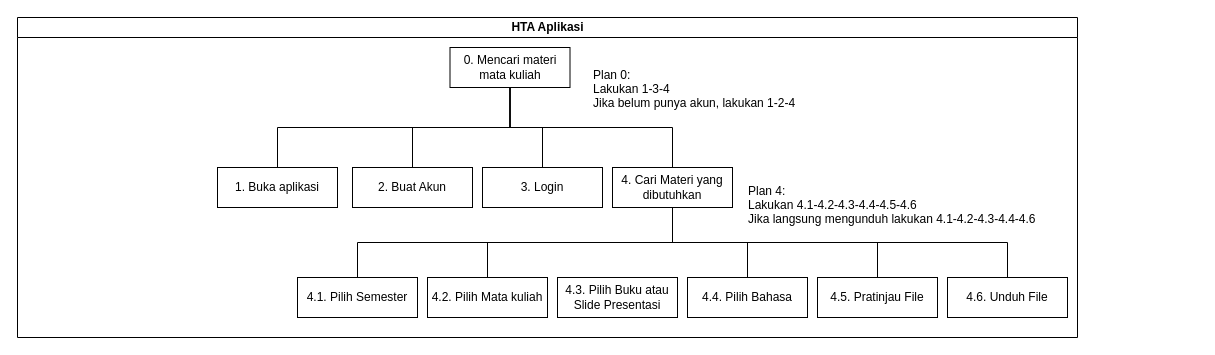
Earlier version of the draw.io diagram HCI_HTA.drawio (freyaldi/unsri-4-HCI). Source tidied: cells renumbered, new cells numbered last; positions are measured from the earlier drawing's top-left corner, leaving out a move shared by most shapes. Both pictures are drawn from the tidied source at 100%, with x=0, y=0 at pixel (17, 17).
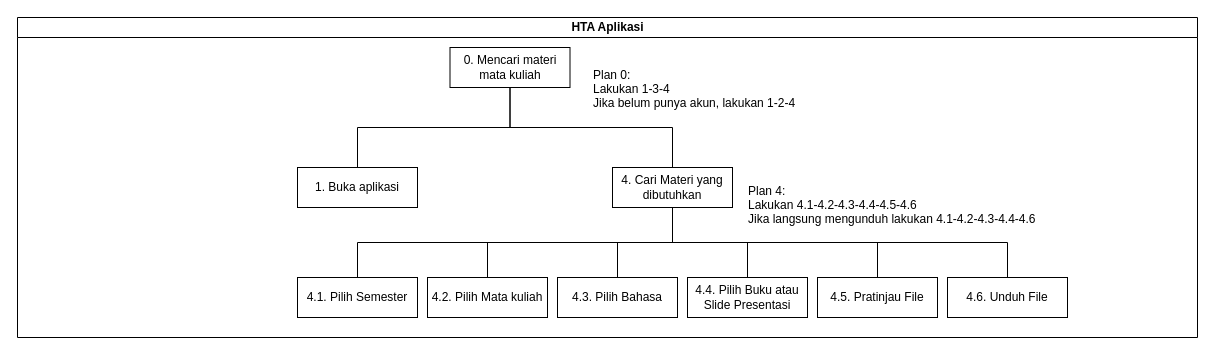
The same page after the edit.

Unchanged cells that the change refers to:
```xml
<mxCell id="4" value="0. Mencari materi mata kuliah" style="whiteSpace=wrap;html=1;newEdgeStyle={&quot;edgeStyle&quot;:&quot;elbowEdgeStyle&quot;,&quot;startArrow&quot;:&quot;none&quot;,&quot;endArrow&quot;:&quot;none&quot;};" parent="2" vertex="1">
  <mxGeometry x="432.5" y="30" width="120" height="40" as="geometry" />
</mxCell>
<mxCell id="11" value="4. Cari Materi yang dibutuhkan" style="whiteSpace=wrap;html=1;newEdgeStyle={&quot;edgeStyle&quot;:&quot;elbowEdgeStyle&quot;,&quot;startArrow&quot;:&quot;none&quot;,&quot;endArrow&quot;:&quot;none&quot;};" parent="2" vertex="1">
  <mxGeometry x="595" y="150" width="120" height="40" as="geometry" />
</mxCell>
```

The edit, as a diff of the source:
```diff
@@
     <mxCell id="2" value="HTA Aplikasi" style="swimlane;html=1;startSize=20;horizontal=1;containerType=tree;" parent="1" vertex="1">
-      <mxGeometry width="1060" height="320" as="geometry" />
+      <mxGeometry width="1180" height="320" as="geometry" />
     </mxCell>
@@
     <mxCell id="5" value="1. Buka aplikasi" style="whiteSpace=wrap;html=1;newEdgeStyle={&quot;edgeStyle&quot;:&quot;elbowEdgeStyle&quot;,&quot;startArrow&quot;:&quot;none&quot;,&quot;endArrow&quot;:&quot;none&quot;};" parent="2" vertex="1">
-      <mxGeometry x="200" y="150" width="120" height="40" as="geometry" />
+      <mxGeometry x="280" y="150" width="120" height="40" as="geometry" />
     </mxCell>
-    <mxCell id="6" style="edgeStyle=elbowEdgeStyle;elbow=vertical;startArrow=none;endArrow=none;rounded=0;" parent="2" edge="1" source="4" target="7">
-      <mxGeometry relative="1" as="geometry" />
-    </mxCell>
-    <mxCell id="7" value="2. Buat Akun" style="whiteSpace=wrap;html=1;newEdgeStyle={&quot;edgeStyle&quot;:&quot;elbowEdgeStyle&quot;,&quot;startArrow&quot;:&quot;none&quot;,&quot;endArrow&quot;:&quot;none&quot;};" parent="2" vertex="1">
-      <mxGeometry x="335" y="150" width="120" height="40" as="geometry" />
-    </mxCell>
-    <mxCell id="8" style="edgeStyle=elbowEdgeStyle;elbow=vertical;startArrow=none;endArrow=none;rounded=0;" parent="2" edge="1" source="4" target="9">
-      <mxGeometry relative="1" as="geometry" />
-    </mxCell>
-    <mxCell id="9" value="3. Login" style="whiteSpace=wrap;html=1;newEdgeStyle={&quot;edgeStyle&quot;:&quot;elbowEdgeStyle&quot;,&quot;startArrow&quot;:&quot;none&quot;,&quot;endArrow&quot;:&quot;none&quot;};" parent="2" vertex="1">
-      <mxGeometry x="465" y="150" width="120" height="40" as="geometry" />
-    </mxCell>
@@
-    <mxCell id="12" style="edgeStyle=none;shape=link;rounded=0;orthogonalLoop=1;jettySize=auto;html=1;exitX=0.5;exitY=0;exitDx=0;exitDy=0;" parent="2" edge="1" source="9" target="9">
-      <mxGeometry relative="1" as="geometry" />
-    </mxCell>
@@
-    <mxCell id="18" value="4.4. Pilih Bahasa" style="whiteSpace=wrap;html=1;newEdgeStyle={&quot;edgeStyle&quot;:&quot;elbowEdgeStyle&quot;,&quot;startArrow&quot;:&quot;none&quot;,&quot;endArrow&quot;:&quot;none&quot;};" parent="2" vertex="1">
-      <mxGeometry x="670" y="260" width="120" height="40" as="geometry" />
+    <mxCell id="18" value="4.3. Pilih Bahasa" style="whiteSpace=wrap;html=1;newEdgeStyle={&quot;edgeStyle&quot;:&quot;elbowEdgeStyle&quot;,&quot;startArrow&quot;:&quot;none&quot;,&quot;endArrow&quot;:&quot;none&quot;};" parent="2" vertex="1">
+      <mxGeometry x="540" y="260" width="120" height="40" as="geometry" />
     </mxCell>
@@
-    <mxCell id="26" value="4.3. Pilih Buku atau Slide Presentasi" style="whiteSpace=wrap;html=1;newEdgeStyle={&quot;edgeStyle&quot;:&quot;elbowEdgeStyle&quot;,&quot;startArrow&quot;:&quot;none&quot;,&quot;endArrow&quot;:&quot;none&quot;};" parent="2" vertex="1">
-      <mxGeometry x="540" y="260" width="120" height="40" as="geometry" />
-    </mxCell>
+    <mxCell id="27" value="4.4. Pilih Buku atau Slide Presentasi" style="whiteSpace=wrap;html=1;newEdgeStyle={&quot;edgeStyle&quot;:&quot;elbowEdgeStyle&quot;,&quot;startArrow&quot;:&quot;none&quot;,&quot;endArrow&quot;:&quot;none&quot;};" parent="2" vertex="1">
+      <mxGeometry x="670" y="260" width="120" height="40" as="geometry" />
+    </mxCell>
+    <mxCell id="28" style="edgeStyle=elbowEdgeStyle;elbow=vertical;startArrow=none;endArrow=none;rounded=0;" parent="2" edge="1" source="11" target="27">
+      <mxGeometry relative="1" as="geometry" />
+    </mxCell>
```
